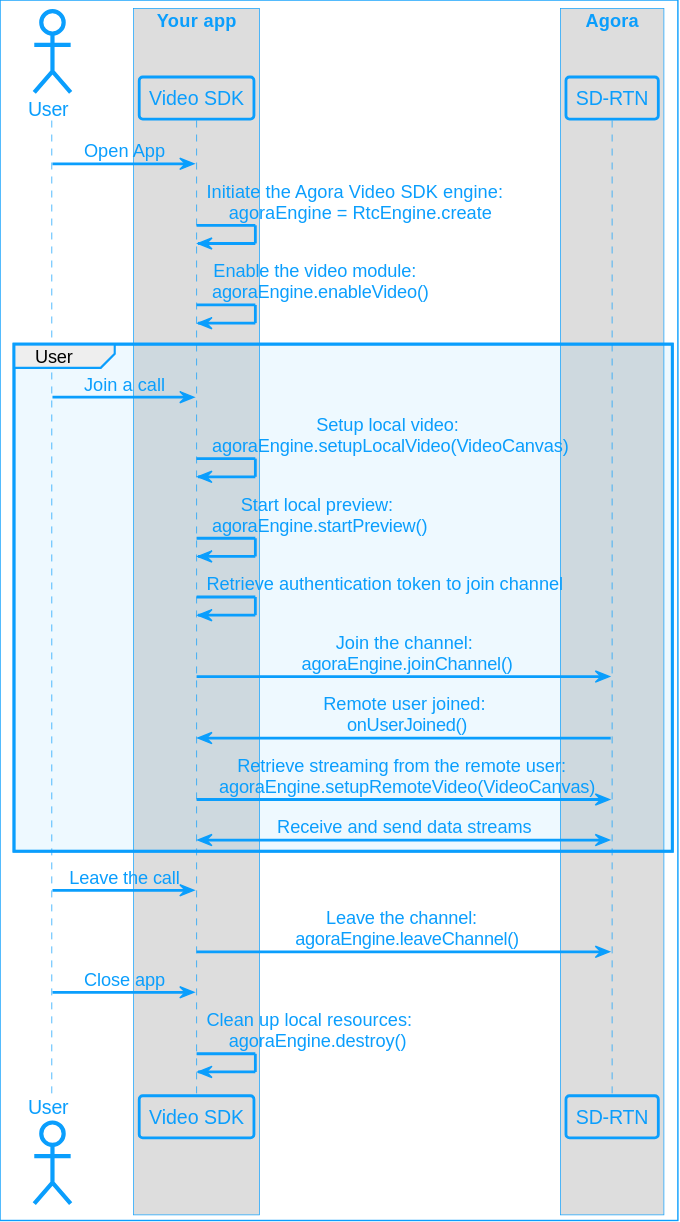
Before: assets/images/video-sdk/video-call-logic-android.svg, a diagram exported from PlantUML (AgoraIO/Docs-Source). Source of this version:
```plantuml
@startuml
!include agora_skin.iuml

actor "User" as USR

box "Your app"

participant "Video SDK" as APP

end box

box "Agora"

participant "SD-RTN" as API

end box

USR -> APP: Open App
APP -> APP: Initiate the Agora Video SDK engine: \n agoraEngine = RtcEngine.create
APP -> APP: Enable the video module: \n agoraEngine.enableVideo()

group User
USR -> APP: Join a call
APP -> APP: Setup local video:\n agoraEngine.setupLocalVideo(VideoCanvas)
APP -> APP: Start local preview:\n agoraEngine.startPreview()
APP -> APP: Retrieve authentication token to join channel
APP -> API: Join the channel:\n agoraEngine.joinChannel()
APP <- API: Remote user joined:\n onUserJoined()
APP -> API: Retrieve streaming from the remote user: \n agoraEngine.setupRemoteVideo(VideoCanvas)
API <-> APP: Receive and send data streams
end

USR -> APP: Leave the call
APP -> API: Leave the channel: \n agoraEngine.leaveChannel()

USR -> APP: Close app
APP -> APP: Clean up local resources: \n  agoraEngine.destroy()
@enduml
```
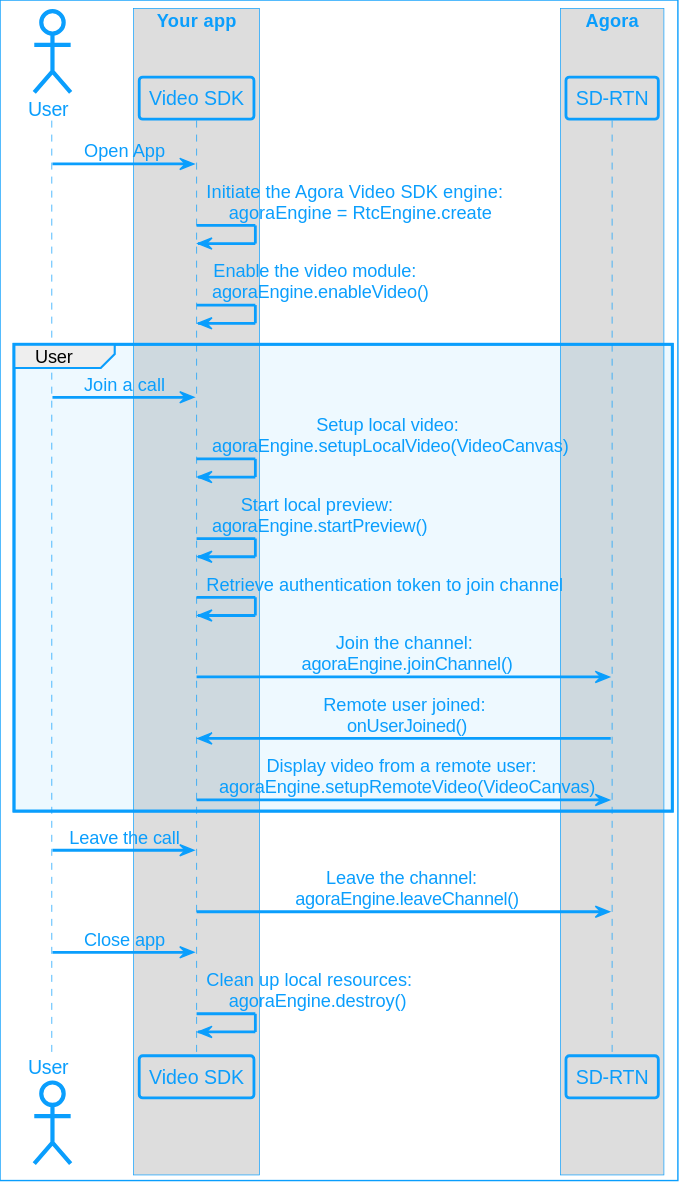
After the change.

What changed in the source:
```diff
@@ -26,8 +26,7 @@
 APP -> APP: Retrieve authentication token to join channel
 APP -> API: Join the channel:\n agoraEngine.joinChannel()
 APP <- API: Remote user joined:\n onUserJoined()
-APP -> API: Retrieve streaming from the remote user: \n agoraEngine.setupRemoteVideo(VideoCanvas)
-API <-> APP: Receive and send data streams
+APP -> API: Display video from a remote user: \n agoraEngine.setupRemoteVideo(VideoCanvas)
 end
 
 USR -> APP: Leave the call
```
